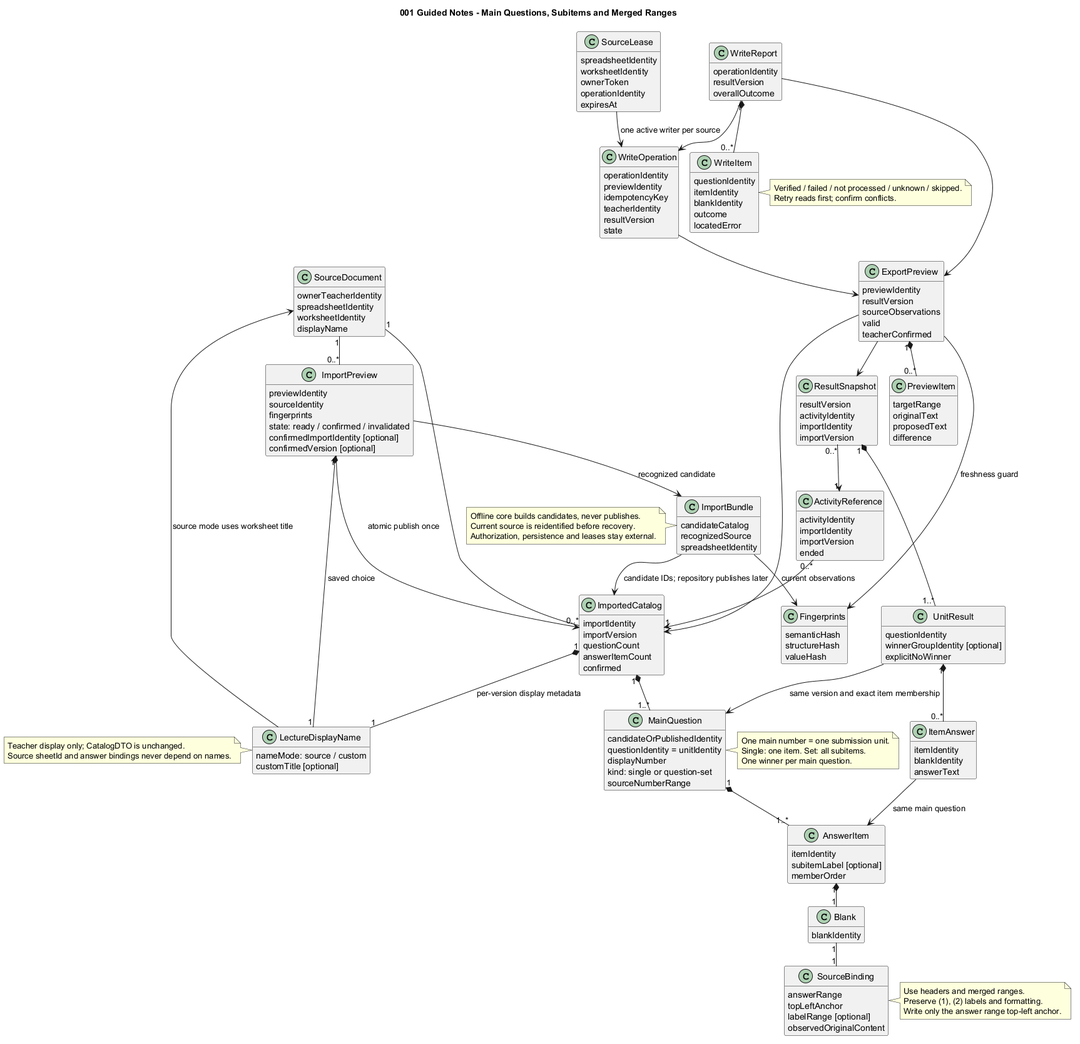
Before: diagrams/001-guided-notes-class.png, a diagram exported from PlantUML (Afra0704/se2026-group20-speckit).
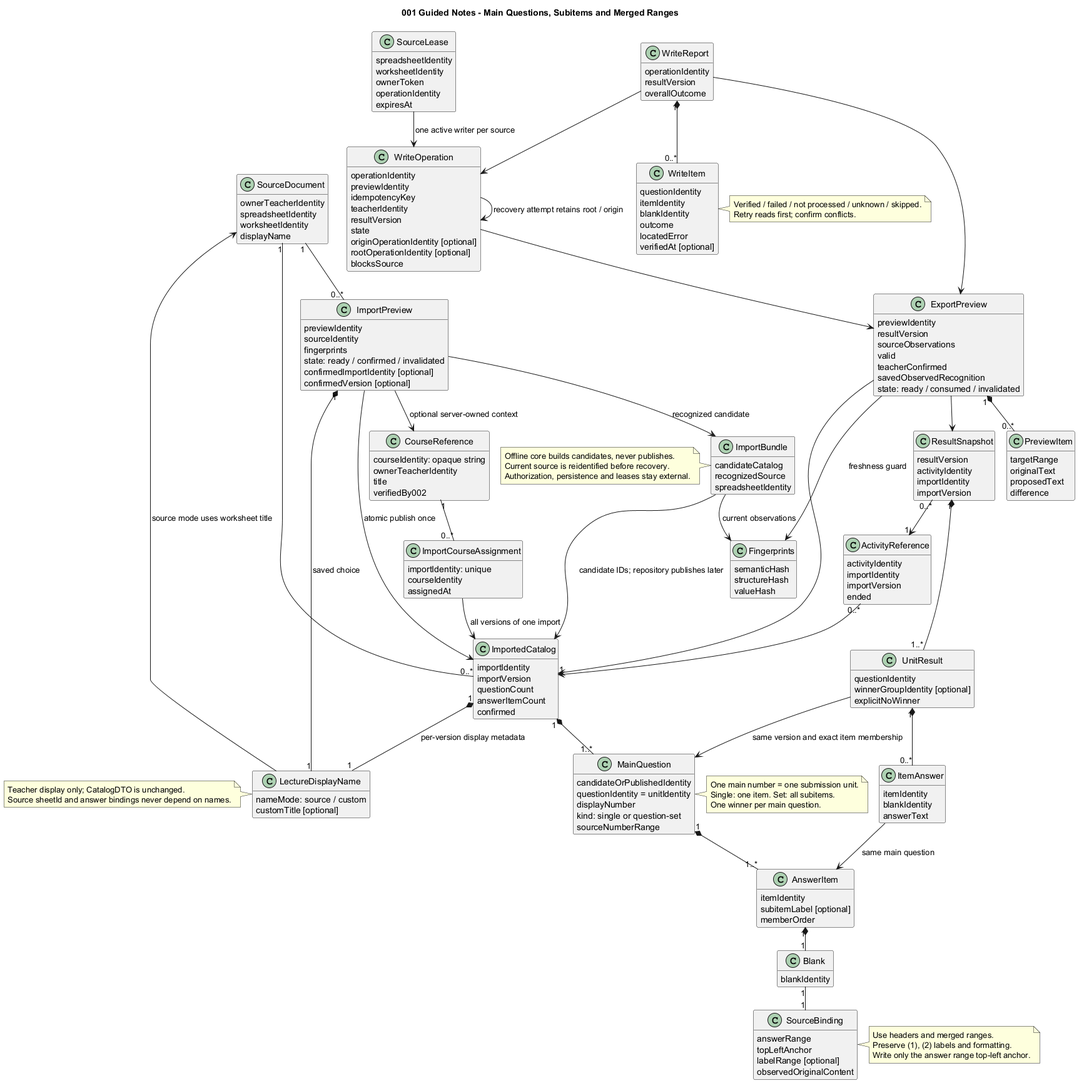
Later version of the same file.

Diff of the diagram source:
```diff
@@ -9,6 +9,17 @@
  spreadsheetIdentity
  worksheetIdentity
  displayName
+}
+class CourseReference {
+ courseIdentity: opaque string
+ ownerTeacherIdentity
+ title
+ verifiedBy002
+}
+class ImportCourseAssignment {
+ importIdentity: unique
+ courseIdentity
+ assignedAt
 }
 class ImportedCatalog {
  importIdentity
@@ -88,6 +99,8 @@
  sourceObservations
  valid
  teacherConfirmed
+ savedObservedRecognition
+ state: ready / consumed / invalidated
 }
 class PreviewItem {
  targetRange
@@ -102,6 +115,9 @@
  teacherIdentity
  resultVersion
  state
+ originOperationIdentity [optional]
+ rootOperationIdentity [optional]
+ blocksSource
 }
 class SourceLease {
  spreadsheetIdentity
@@ -121,8 +137,12 @@
  blankIdentity
  outcome
  locatedError
+ verifiedAt [optional]
 }
 SourceDocument "1" -- "0..*" ImportedCatalog
+CourseReference "1" -- "0..*" ImportCourseAssignment
+ImportCourseAssignment --> ImportedCatalog : all versions of one import
+ImportPreview --> CourseReference : optional server-owned context
 SourceDocument "1" -- "0..*" ImportPreview
 ImportPreview --> ImportBundle : recognized candidate
 ImportPreview --> ImportedCatalog : atomic publish once
@@ -147,6 +167,7 @@
 ExportPreview "1" *-- "0..*" PreviewItem
 WriteOperation --> ExportPreview
 SourceLease --> WriteOperation : one active writer per source
+WriteOperation --> WriteOperation : recovery attempt retains root / origin
 WriteReport --> WriteOperation
 WriteReport --> ExportPreview
 WriteReport "1" *-- "0..*" WriteItem
```
